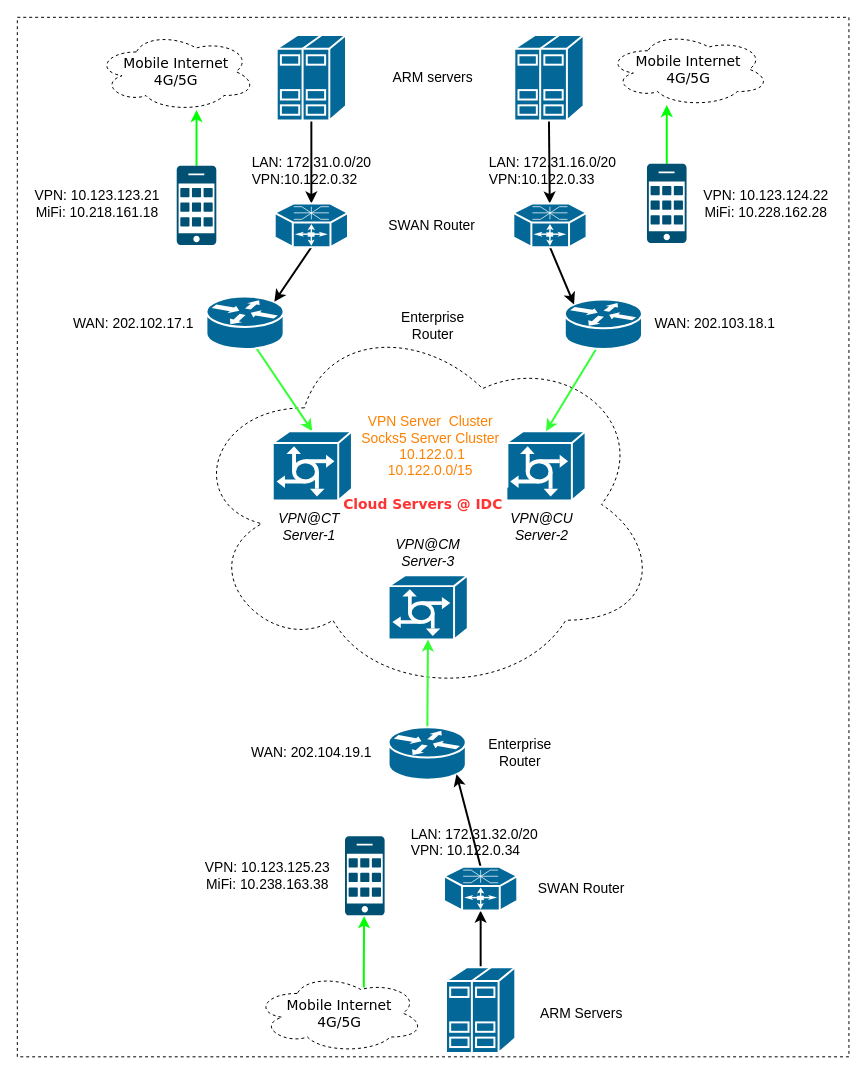
nxtreaming/andy_study keeps this draw.io diagram as Untitled Diagram.drawio. Above is the earlier version. Source tidied: cells renumbered, new cells numbered last; positions are measured from the earlier drawing's top-left corner, leaving out a move shared by most shapes. Both pictures are drawn from the tidied source at 99%, with x=0, y=0 at pixel (17, 17).
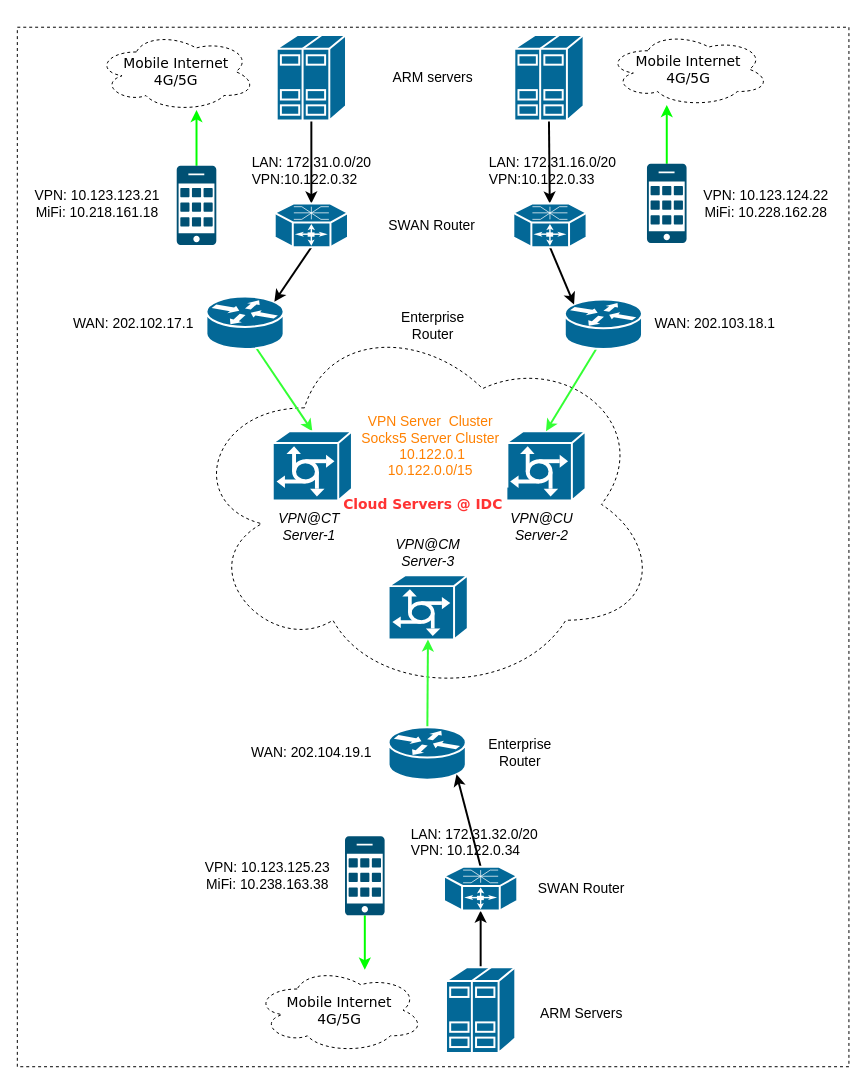
The same diagram, later.

Unchanged cells that the change refers to:
```xml
<mxCell id="30" style="sketch=0;points=[[0.015,0.015,0],[0.985,0.015,0],[0.985,0.985,0],[0.015,0.985,0],[0.25,0,0],[0.5,0,0],[0.75,0,0],[1,0.25,0],[1,0.5,0],[1,0.75,0],[0.75,1,0],[0.5,1,0],[0.25,1,0],[0,0.75,0],[0,0.5,0],[0,0.25,0]];verticalLabelPosition=bottom;html=1;verticalAlign=top;align=center;shape=mxgraph.cisco19.cell_phone;fillColor=#005073;strokeColor=none;" parent="1" vertex="1">
  <mxGeometry x="331" y="827.1" width="40" height="80" as="geometry" />
</mxCell>
```

Change to the diagram source:
```diff
@@
     <mxCell id="2" style="whiteSpace=wrap;html=1;fontColor=#0000FF;dashed=1;" parent="1" vertex="1">
-      <mxGeometry width="840" height="1050" as="geometry" />
+      <mxGeometry y="10" width="840" height="1050" as="geometry" />
     </mxCell>
@@
     <mxCell id="26" value="&lt;font style=&quot;font-size: 14px;&quot;&gt;Mobile Internet&lt;br&gt;4G/5G&lt;br&gt;&lt;/font&gt;" style="ellipse;shape=cloud;whiteSpace=wrap;html=1;rounded=0;shadow=0;comic=0;strokeWidth=1;fontFamily=Verdana;fontSize=12;dashed=1;" parent="1" vertex="1">
-      <mxGeometry x="240" y="966" width="171" height="80" as="geometry" />
+      <mxGeometry x="240" y="960" width="171" height="86" as="geometry" />
     </mxCell>
@@
-    <mxCell id="29" style="edgeStyle=orthogonalEdgeStyle;rounded=0;orthogonalLoop=1;jettySize=auto;html=1;strokeColor=#00FF00;strokeWidth=2;entryX=0.417;entryY=0.838;entryDx=0;entryDy=0;entryPerimeter=0;" parent="1" edge="1">
-      <mxGeometry relative="1" as="geometry">
-        <mxPoint x="350" y="980" as="sourcePoint" />
-        <mxPoint x="350.3" y="907.9" as="targetPoint" />
-        <Array as="points">
-          <mxPoint x="350" y="960" />
-          <mxPoint x="350" y="960" />
-        </Array>
-      </mxGeometry>
-    </mxCell>
+    <mxCell id="53" style="edgeStyle=orthogonalEdgeStyle;rounded=0;jettySize=auto;html=1;strokeWidth=2;strokeColor=#00FF00;" parent="1" edge="1" source="30" target="26">
+      <mxGeometry relative="1" as="geometry">
+        <Array as="points">
+          <mxPoint x="351" y="940" />
+          <mxPoint x="351" y="940" />
+        </Array>
+      </mxGeometry>
+    </mxCell>
```
